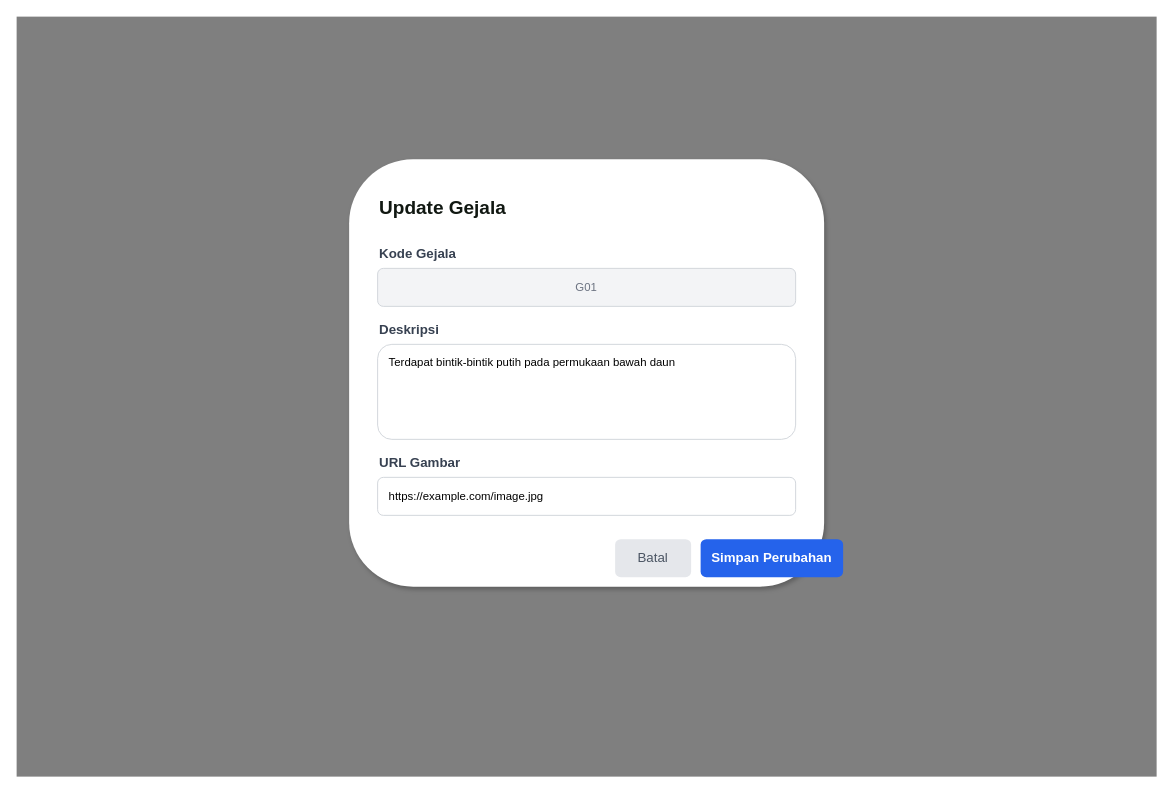
Earlier version of the draw.io diagram diagram/desain/admin-update-gejala.drawio (RajaSunrise/kangkungku). Source tidied: cells renumbered, new cells numbered last; positions are measured from the earlier drawing's top-left corner, leaving out a move shared by most shapes. Both pictures are drawn from the tidied source at 95%, with x=0, y=0 at pixel (16, 16).
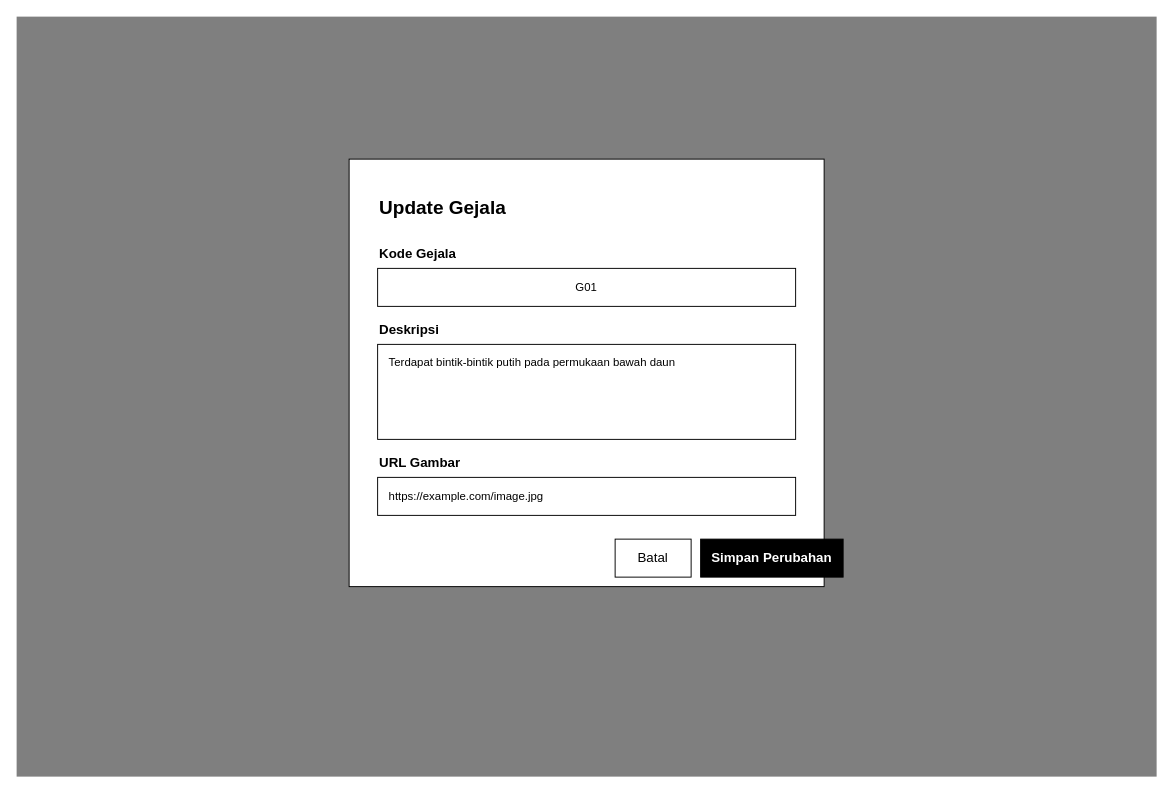
After the change.

Diff of the diagram source:
```diff
@@
 <mxGraphModel>
   <root>
     <mxCell id="0" />
     <mxCell id="1" parent="0" />
     <mxCell id="2" style="rounded=0;whiteSpace=wrap;html=1;fillColor=#000000;fillOpacity=50;strokeColor=none;" parent="1" vertex="1">
       <mxGeometry width="1200" height="800" as="geometry" />
     </mxCell>
-    <mxCell id="3" style="rounded=1;whiteSpace=wrap;html=1;fillColor=#FFFFFF;strokeColor=none;shadow=1;" parent="1" vertex="1">
+    <mxCell id="3" style="rounded=0;whiteSpace=wrap;html=1;fillColor=#FFFFFF;strokeColor=#000000;" parent="1" vertex="1">
       <mxGeometry x="350" y="150" width="500" height="450" as="geometry" />
     </mxCell>
-    <mxCell id="4" value="Update Gejala" style="text;html=1;strokeColor=none;fillColor=none;align=left;verticalAlign=middle;whiteSpace=wrap;rounded=0;fontColor=#111812;fontSize=20;fontStyle=1;" parent="1" vertex="1">
+    <mxCell id="4" value="Update Gejala" style="text;html=1;strokeColor=none;fillColor=none;align=left;verticalAlign=middle;whiteSpace=wrap;rounded=0;fontColor=#000000;fontSize=20;fontStyle=1;" parent="1" vertex="1">
       <mxGeometry x="380" y="180" width="300" height="40" as="geometry" />
     </mxCell>
-    <mxCell id="5" value="Kode Gejala" style="text;html=1;strokeColor=none;fillColor=none;align=left;verticalAlign=middle;whiteSpace=wrap;rounded=0;fontColor=#374151;fontSize=14;fontStyle=1;" parent="1" vertex="1">
+    <mxCell id="5" value="Kode Gejala" style="text;html=1;strokeColor=none;fillColor=none;align=left;verticalAlign=middle;whiteSpace=wrap;rounded=0;fontColor=#000000;fontSize=14;fontStyle=1;" parent="1" vertex="1">
       <mxGeometry x="380" y="240" width="150" height="20" as="geometry" />
     </mxCell>
-    <mxCell id="6" value="G01" style="rounded=1;whiteSpace=wrap;html=1;fillColor=#F3F4F6;strokeColor=#D1D5DB;fontColor=#6B7280;" parent="1" vertex="1">
+    <mxCell id="6" value="G01" style="rounded=0;whiteSpace=wrap;html=1;fillColor=#FFFFFF;strokeColor=#000000;fontColor=#000000;" parent="1" vertex="1">
       <mxGeometry x="380" y="265" width="440" height="40" as="geometry" />
     </mxCell>
-    <mxCell id="7" value="Deskripsi" style="text;html=1;strokeColor=none;fillColor=none;align=left;verticalAlign=middle;whiteSpace=wrap;rounded=0;fontColor=#374151;fontSize=14;fontStyle=1;" parent="1" vertex="1">
+    <mxCell id="7" value="Deskripsi" style="text;html=1;strokeColor=none;fillColor=none;align=left;verticalAlign=middle;whiteSpace=wrap;rounded=0;fontColor=#000000;fontSize=14;fontStyle=1;" parent="1" vertex="1">
       <mxGeometry x="380" y="320" width="150" height="20" as="geometry" />
     </mxCell>
-    <mxCell id="8" value="Terdapat bintik-bintik putih pada permukaan bawah daun" style="rounded=1;whiteSpace=wrap;html=1;fillColor=#FFFFFF;strokeColor=#D1D5DB;align=left;spacingLeft=10;verticalAlign=top;spacingTop=5;" parent="1" vertex="1">
+    <mxCell id="8" value="Terdapat bintik-bintik putih pada permukaan bawah daun" style="rounded=0;whiteSpace=wrap;html=1;fillColor=#FFFFFF;strokeColor=#000000;align=left;spacingLeft=10;verticalAlign=top;spacingTop=5;" parent="1" vertex="1">
       <mxGeometry x="380" y="345" width="440" height="100" as="geometry" />
     </mxCell>
-    <mxCell id="9" value="URL Gambar" style="text;html=1;strokeColor=none;fillColor=none;align=left;verticalAlign=middle;whiteSpace=wrap;rounded=0;fontColor=#374151;fontSize=14;fontStyle=1;" parent="1" vertex="1">
+    <mxCell id="9" value="URL Gambar" style="text;html=1;strokeColor=none;fillColor=none;align=left;verticalAlign=middle;whiteSpace=wrap;rounded=0;fontColor=#000000;fontSize=14;fontStyle=1;" parent="1" vertex="1">
       <mxGeometry x="380" y="460" width="150" height="20" as="geometry" />
     </mxCell>
-    <mxCell id="10" value="https://example.com/image.jpg" style="rounded=1;whiteSpace=wrap;html=1;fillColor=#FFFFFF;strokeColor=#D1D5DB;align=left;spacingLeft=10;" parent="1" vertex="1">
+    <mxCell id="10" value="https://example.com/image.jpg" style="rounded=0;whiteSpace=wrap;html=1;fillColor=#FFFFFF;strokeColor=#000000;align=left;spacingLeft=10;" parent="1" vertex="1">
       <mxGeometry x="380" y="485" width="440" height="40" as="geometry" />
     </mxCell>
-    <mxCell id="11" value="Batal" style="rounded=1;whiteSpace=wrap;html=1;fillColor=#E5E7EB;strokeColor=none;fontColor=#4B5563;fontSize=14;" parent="1" vertex="1">
+    <mxCell id="11" value="Batal" style="rounded=0;whiteSpace=wrap;html=1;fillColor=#FFFFFF;strokeColor=#000000;fontColor=#000000;fontSize=14;" parent="1" vertex="1">
       <mxGeometry x="630" y="550" width="80" height="40" as="geometry" />
     </mxCell>
-    <mxCell id="12" value="Simpan Perubahan" style="rounded=1;whiteSpace=wrap;html=1;fillColor=#2563EB;strokeColor=none;fontColor=#FFFFFF;fontStyle=1;fontSize=14;" parent="1" vertex="1">
+    <mxCell id="12" value="Simpan Perubahan" style="rounded=0;whiteSpace=wrap;html=1;fillColor=#000000;strokeColor=#000000;fontColor=#FFFFFF;fontStyle=1;fontSize=14;" parent="1" vertex="1">
       <mxGeometry x="720" y="550" width="150" height="40" as="geometry" />
     </mxCell>
   </root>
 </mxGraphModel>
```
